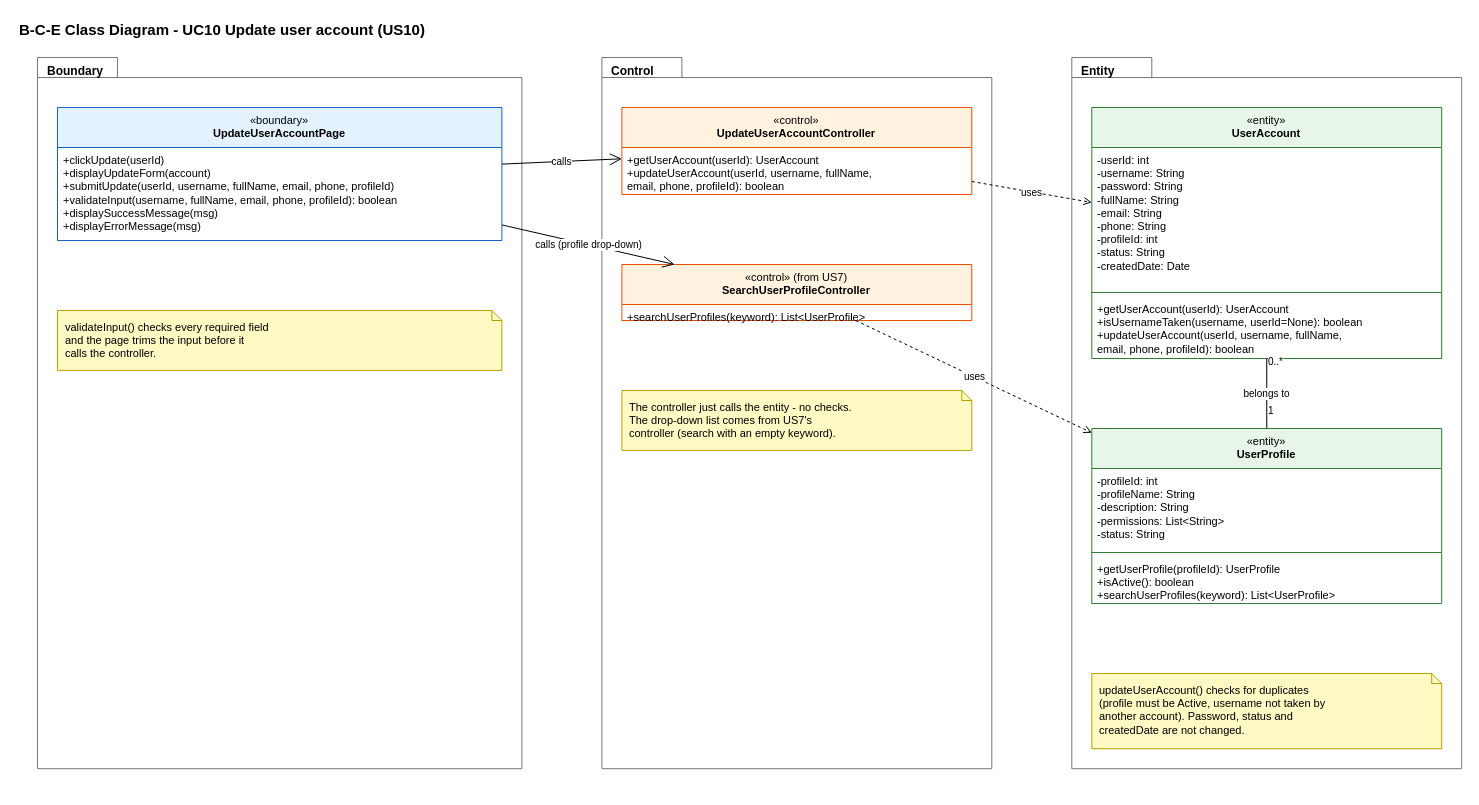
Before: page "5 BCE Class Diagram" (5 of 6) of Sprint_1/US10 - Update User Account/US10 Update user account.drawio in Hanzxc/CSIT314-ARCHSS, a draw.io diagram. Source tidied: cells renumbered, new cells numbered last; positions are measured from the earlier drawing's top-left corner, leaving out a move shared by most shapes. Both pictures are drawn from the tidied source at 100%, with x=0, y=0 at pixel (17, 17).
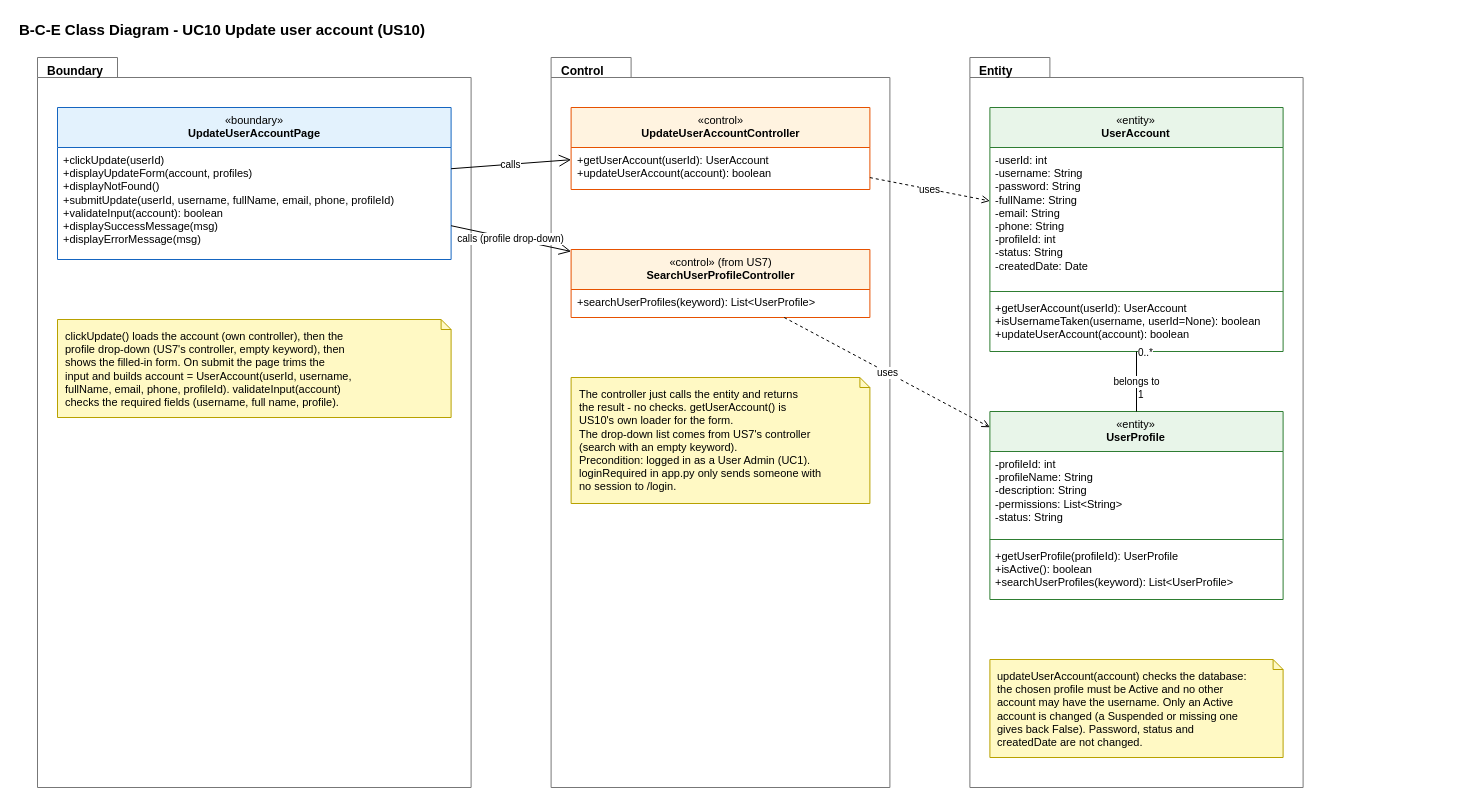
Above is the later version.

What changed in the source:
```diff
@@
+    <mxCell id="30" value="&lt;b&gt;B-C-E Class Diagram - UC10 Update user account (US10)&lt;/b&gt;" style="text;html=1;strokeColor=none;fillColor=none;align=left;verticalAlign=middle;whiteSpace=nowrap;fontSize=15;fontColor=#000000;" parent="1" vertex="1">
+      <mxGeometry width="404.5" height="24" as="geometry" />
+    </mxCell>
+    <mxCell id="31" value="&lt;b&gt;Boundary&lt;/b&gt;" style="shape=folder;tabWidth=80;tabHeight=20;tabPosition=left;html=1;verticalAlign=top;align=left;spacingLeft=8;spacingTop=0;fillColor=none;fontSize=12;strokeColor=#777777;fontColor=#000000;" parent="1" vertex="1">
+      <mxGeometry x="20" y="40" width="433.6" height="730" as="geometry" />
+    </mxCell>
+    <mxCell id="32" value="&lt;b&gt;Control&lt;/b&gt;" style="shape=folder;tabWidth=80;tabHeight=20;tabPosition=left;html=1;verticalAlign=top;align=left;spacingLeft=8;spacingTop=0;fillColor=none;fontSize=12;strokeColor=#777777;fontColor=#000000;" parent="1" vertex="1">
+      <mxGeometry x="533.6" y="40" width="338.8" height="730" as="geometry" />
+    </mxCell>
+    <mxCell id="33" value="&lt;b&gt;Entity&lt;/b&gt;" style="shape=folder;tabWidth=80;tabHeight=20;tabPosition=left;html=1;verticalAlign=top;align=left;spacingLeft=8;spacingTop=0;fillColor=none;fontSize=12;strokeColor=#777777;fontColor=#000000;" parent="1" vertex="1">
+      <mxGeometry x="952.4" y="40" width="333.2" height="730" as="geometry" />
+    </mxCell>
-    <mxCell id="2" value="&lt;b&gt;B-C-E Class Diagram - UC10 Update user account (US10)&lt;/b&gt;" style="text;html=1;strokeColor=none;fillColor=none;align=left;verticalAlign=middle;whiteSpace=nowrap;fontSize=15;fontColor=#000000;" parent="1" vertex="1">
-      <mxGeometry width="504.2" height="24" as="geometry" />
+    <mxCell id="2" value="«boundary»&lt;br&gt;&lt;b&gt;UpdateUserAccountPage&lt;/b&gt;" style="swimlane;fontStyle=0;align=center;verticalAlign=top;horizontal=1;startSize=40;html=1;whiteSpace=wrap;fontSize=11;fillColor=#E3F2FD;strokeColor=#1565C0;swimlaneFillColor=#FFFFFF;fontColor=#000000;" parent="1" vertex="1">
+      <mxGeometry x="40" y="90" width="393.6" height="152" as="geometry" />
     </mxCell>
-    <mxCell id="3" value="&lt;b&gt;Boundary&lt;/b&gt;" style="shape=folder;tabWidth=80;tabHeight=20;tabPosition=left;html=1;verticalAlign=top;align=left;spacingLeft=8;spacingTop=0;fillColor=none;fontSize=12;strokeColor=#777777;fontColor=#000000;" parent="1" vertex="1">
-      <mxGeometry x="20" y="40" width="484.4" height="711.2" as="geometry" />
+    <mxCell id="3" value="+clickUpdate(userId)&lt;br&gt;+displayUpdateForm(account, profiles)&lt;br&gt;+displayNotFound()&lt;br&gt;+submitUpdate(userId, username, fullName, email, phone, profileId)&lt;br&gt;+validateInput(account): boolean&lt;br&gt;+displaySuccessMessage(msg)&lt;br&gt;+displayErrorMessage(msg)" style="text;strokeColor=none;fillColor=none;align=left;verticalAlign=top;spacingLeft=4;spacingRight=4;overflow=hidden;whiteSpace=nowrap;html=1;fontSize=11;fontColor=#000000;" parent="2" vertex="1">
+      <mxGeometry y="40" width="393.6" height="112" as="geometry" />
     </mxCell>
-    <mxCell id="4" value="«boundary»&lt;br&gt;&lt;b&gt;UpdateUserAccountPage&lt;/b&gt;" style="swimlane;fontStyle=0;align=center;verticalAlign=top;horizontal=1;startSize=40;html=1;whiteSpace=wrap;fontSize=11;fillColor=#E3F2FD;strokeColor=#1565C0;swimlaneFillColor=#FFFFFF;fontColor=#000000;" parent="1" vertex="1">
-      <mxGeometry x="40" y="90" width="444.4" height="133" as="geometry" />
+    <mxCell id="4" value="clickUpdate() loads the account (own controller), then the&lt;br&gt;profile drop-down (US7's controller, empty keyword), then&lt;br&gt;shows the filled-in form. On submit the page trims the&lt;br&gt;input and builds account = UserAccount(userId, username,&lt;br&gt;fullName, email, phone, profileId). validateInput(account)&lt;br&gt;checks the required fields (username, full name, profile)." style="shape=note;whiteSpace=wrap;html=1;size=10;fillColor=#FFF9C4;strokeColor=#B8A100;align=left;verticalAlign=top;spacingLeft=6;spacingRight=4;spacingTop=4;fontSize=11;fontColor=#000000;" parent="1" vertex="1">
+      <mxGeometry x="40" y="302" width="393.6" height="98" as="geometry" />
     </mxCell>
-    <mxCell id="5" value="+clickUpdate(userId)&lt;br&gt;+displayUpdateForm(account)&lt;br&gt;+submitUpdate(userId, username, fullName, email, phone, profileId)&lt;br&gt;+validateInput(username, fullName, email, phone, profileId): boolean&lt;br&gt;+displaySuccessMessage(msg)&lt;br&gt;+displayErrorMessage(msg)" style="text;strokeColor=none;fillColor=none;align=left;verticalAlign=top;spacingLeft=4;spacingRight=4;overflow=hidden;points=[[0,0.5],[1,0.5]];portConstraint=eastwest;whiteSpace=nowrap;html=1;fontSize=11;fontColor=#000000;" parent="4" vertex="1">
-      <mxGeometry y="40" width="444.4" height="93" as="geometry" />
+    <mxCell id="5" value="«control»&lt;br&gt;&lt;b&gt;UpdateUserAccountController&lt;/b&gt;" style="swimlane;fontStyle=0;align=center;verticalAlign=top;horizontal=1;startSize=40;html=1;whiteSpace=wrap;fontSize=11;fillColor=#FFF3E0;strokeColor=#E65100;swimlaneFillColor=#FFFFFF;fontColor=#000000;" parent="1" vertex="1">
+      <mxGeometry x="553.6" y="90" width="298.8" height="82" as="geometry" />
     </mxCell>
-    <mxCell id="6" value="validateInput() checks every required field&lt;br&gt;and the page trims the input before it&lt;br&gt;calls the controller." style="shape=note;whiteSpace=wrap;html=1;size=10;fillColor=#FFF9C4;strokeColor=#B8A100;align=left;verticalAlign=top;spacingLeft=6;spacingRight=4;spacingTop=4;fontSize=11;fontColor=#000000;" parent="1" vertex="1">
-      <mxGeometry x="40" y="293" width="444.4" height="59.9" as="geometry" />
+    <mxCell id="6" value="+getUserAccount(userId): UserAccount&lt;br&gt;+updateUserAccount(account): boolean" style="text;strokeColor=none;fillColor=none;align=left;verticalAlign=top;spacingLeft=4;spacingRight=4;overflow=hidden;whiteSpace=nowrap;html=1;fontSize=11;fontColor=#000000;" parent="5" vertex="1">
+      <mxGeometry y="40" width="298.8" height="42" as="geometry" />
     </mxCell>
-    <mxCell id="7" value="&lt;b&gt;Control&lt;/b&gt;" style="shape=folder;tabWidth=80;tabHeight=20;tabPosition=left;html=1;verticalAlign=top;align=left;spacingLeft=8;spacingTop=0;fillColor=none;fontSize=12;strokeColor=#777777;fontColor=#000000;" parent="1" vertex="1">
-      <mxGeometry x="584.4" y="40" width="389.9" height="711.2" as="geometry" />
+    <mxCell id="7" value="«control» (from US7)&lt;br&gt;&lt;b&gt;SearchUserProfileController&lt;/b&gt;" style="swimlane;fontStyle=0;align=center;verticalAlign=top;horizontal=1;startSize=40;html=1;whiteSpace=wrap;fontSize=11;fillColor=#FFF3E0;strokeColor=#E65100;swimlaneFillColor=#FFFFFF;fontColor=#000000;" parent="1" vertex="1">
+      <mxGeometry x="553.6" y="232" width="298.8" height="68" as="geometry" />
     </mxCell>
-    <mxCell id="8" value="«control»&lt;br&gt;&lt;b&gt;UpdateUserAccountController&lt;/b&gt;" style="swimlane;fontStyle=0;align=center;verticalAlign=top;horizontal=1;startSize=40;html=1;whiteSpace=wrap;fontSize=11;fillColor=#FFF3E0;strokeColor=#E65100;swimlaneFillColor=#FFFFFF;fontColor=#000000;" parent="1" vertex="1">
-      <mxGeometry x="604.4" y="90" width="349.9" height="87" as="geometry" />
+    <mxCell id="8" value="+searchUserProfiles(keyword): List&amp;lt;UserProfile&amp;gt;" style="text;strokeColor=none;fillColor=none;align=left;verticalAlign=top;spacingLeft=4;spacingRight=4;overflow=hidden;points=[[0,0.5],[1,0.5]];portConstraint=eastwest;whiteSpace=nowrap;html=1;fontSize=11;fontColor=#000000;" parent="7" vertex="1">
+      <mxGeometry y="40" width="298.8" height="28" as="geometry" />
     </mxCell>
-    <mxCell id="9" value="+getUserAccount(userId): UserAccount&lt;br&gt;+updateUserAccount(userId, username, fullName,&lt;br&gt;        email, phone, profileId): boolean" style="text;strokeColor=none;fillColor=none;align=left;verticalAlign=top;spacingLeft=4;spacingRight=4;overflow=hidden;whiteSpace=nowrap;html=1;fontSize=11;fontColor=#000000;" parent="8" vertex="1">
-      <mxGeometry y="40" width="349.9" height="47" as="geometry" />
+    <mxCell id="9" value="The controller just calls the entity and returns&lt;br&gt;the result - no checks. getUserAccount() is&lt;br&gt;US10's own loader for the form.&lt;br&gt;The drop-down list comes from US7's controller&lt;br&gt;(search with an empty keyword).&lt;br&gt;Precondition: logged in as a User Admin (UC1).&lt;br&gt;loginRequired in app.py only sends someone with&lt;br&gt;no session to /login." style="shape=note;whiteSpace=wrap;html=1;size=10;fillColor=#FFF9C4;strokeColor=#B8A100;align=left;verticalAlign=top;spacingLeft=6;spacingRight=4;spacingTop=4;fontSize=11;fontColor=#000000;" parent="1" vertex="1">
+      <mxGeometry x="553.6" y="360" width="298.8" height="126" as="geometry" />
     </mxCell>
-    <mxCell id="10" value="«control» (from US7)&lt;br&gt;&lt;b&gt;SearchUserProfileController&lt;/b&gt;" style="swimlane;fontStyle=0;align=center;verticalAlign=top;horizontal=1;startSize=40;html=1;whiteSpace=wrap;fontSize=11;fillColor=#FFF3E0;strokeColor=#E65100;swimlaneFillColor=#FFFFFF;fontColor=#000000;" parent="1" vertex="1">
-      <mxGeometry x="604.4" y="247" width="349.9" height="56" as="geometry" />
+    <mxCell id="10" value="«entity»&lt;br&gt;&lt;b&gt;UserAccount&lt;/b&gt;" style="swimlane;fontStyle=0;align=center;verticalAlign=top;horizontal=1;startSize=40;html=1;whiteSpace=wrap;fontSize=11;fillColor=#E8F5E9;strokeColor=#2E7D32;swimlaneFillColor=#FFFFFF;fontColor=#000000;" parent="1" vertex="1">
+      <mxGeometry x="972.4" y="90" width="293.2" height="244" as="geometry" />
     </mxCell>
-    <mxCell id="11" value="+searchUserProfiles(keyword): List&amp;lt;UserProfile&amp;gt;" style="text;strokeColor=none;fillColor=none;align=left;verticalAlign=top;spacingLeft=4;spacingRight=4;overflow=hidden;whiteSpace=nowrap;html=1;fontSize=11;fontColor=#000000;" parent="10" vertex="1">
-      <mxGeometry y="40" width="349.9" height="16" as="geometry" />
+    <mxCell id="11" value="-userId: int&lt;br&gt;-username: String&lt;br&gt;-password: String&lt;br&gt;-fullName: String&lt;br&gt;-email: String&lt;br&gt;-phone: String&lt;br&gt;-profileId: int&lt;br&gt;-status: String&lt;br&gt;-createdDate: Date" style="text;strokeColor=none;fillColor=none;align=left;verticalAlign=top;spacingLeft=4;spacingRight=4;overflow=hidden;whiteSpace=nowrap;html=1;fontSize=11;fontColor=#000000;" parent="10" vertex="1">
+      <mxGeometry y="40" width="293.2" height="140" as="geometry" />
     </mxCell>
-    <mxCell id="12" value="The controller just calls the entity - no checks.&lt;br&gt;The drop-down list comes from US7's&lt;br&gt;controller (search with an empty keyword)." style="shape=note;whiteSpace=wrap;html=1;size=10;fillColor=#FFF9C4;strokeColor=#B8A100;align=left;verticalAlign=top;spacingLeft=6;spacingRight=4;spacingTop=4;fontSize=11;fontColor=#000000;" parent="1" vertex="1">
-      <mxGeometry x="604.4" y="373" width="349.9" height="59.9" as="geometry" />
+    <mxCell id="12" style="line;strokeWidth=1;fillColor=none;align=left;verticalAlign=middle;spacingTop=-1;spacingLeft=3;spacingRight=3;labelPosition=right;strokeColor=#2E7D32;fontColor=#000000;" parent="10" vertex="1">
+      <mxGeometry y="180" width="293.2" height="8" as="geometry" />
     </mxCell>
-    <mxCell id="13" value="&lt;b&gt;Entity&lt;/b&gt;" style="shape=folder;tabWidth=80;tabHeight=20;tabPosition=left;html=1;verticalAlign=top;align=left;spacingLeft=8;spacingTop=0;fillColor=none;fontSize=12;strokeColor=#777777;fontColor=#000000;" parent="1" vertex="1">
-      <mxGeometry x="1054.3" y="40" width="389.9" height="711.2" as="geometry" />
+    <mxCell id="13" value="+getUserAccount(userId): UserAccount&lt;br&gt;+isUsernameTaken(username, userId=None): boolean&lt;br&gt;+updateUserAccount(account): boolean" style="text;strokeColor=none;fillColor=none;align=left;verticalAlign=top;spacingLeft=4;spacingRight=4;overflow=hidden;whiteSpace=nowrap;html=1;fontSize=11;fontColor=#000000;" parent="10" vertex="1">
+      <mxGeometry y="188" width="293.2" height="56" as="geometry" />
     </mxCell>
-    <mxCell id="14" value="«entity»&lt;br&gt;&lt;b&gt;UserAccount&lt;/b&gt;" style="swimlane;fontStyle=0;align=center;verticalAlign=top;horizontal=1;startSize=40;html=1;whiteSpace=wrap;fontSize=11;fillColor=#E8F5E9;strokeColor=#2E7D32;swimlaneFillColor=#FFFFFF;fontColor=#000000;" parent="1" vertex="1">
-      <mxGeometry x="1074.3" y="90" width="349.9" height="251" as="geometry" />
+    <mxCell id="14" value="«entity»&lt;br&gt;&lt;b&gt;UserProfile&lt;/b&gt;" style="swimlane;fontStyle=0;align=center;verticalAlign=top;horizontal=1;startSize=40;html=1;whiteSpace=wrap;fontSize=11;fillColor=#E8F5E9;strokeColor=#2E7D32;swimlaneFillColor=#FFFFFF;fontColor=#000000;" parent="1" vertex="1">
+      <mxGeometry x="972.4" y="394" width="293.2" height="188" as="geometry" />
     </mxCell>
-    <mxCell id="15" value="-userId: int&lt;br&gt;-username: String&lt;br&gt;-password: String&lt;br&gt;-fullName: String&lt;br&gt;-email: String&lt;br&gt;-phone: String&lt;br&gt;-profileId: int&lt;br&gt;-status: String&lt;br&gt;-createdDate: Date" style="text;strokeColor=none;fillColor=none;align=left;verticalAlign=top;spacingLeft=4;spacingRight=4;overflow=hidden;whiteSpace=nowrap;html=1;fontSize=11;fontColor=#000000;" parent="14" vertex="1">
-      <mxGeometry y="40" width="349.9" height="141" as="geometry" />
+    <mxCell id="15" value="-profileId: int&lt;br&gt;-profileName: String&lt;br&gt;-description: String&lt;br&gt;-permissions: List&amp;lt;String&amp;gt;&lt;br&gt;-status: String" style="text;strokeColor=none;fillColor=none;align=left;verticalAlign=top;spacingLeft=4;spacingRight=4;overflow=hidden;whiteSpace=nowrap;html=1;fontSize=11;fontColor=#000000;" parent="14" vertex="1">
+      <mxGeometry y="40" width="293.2" height="84" as="geometry" />
     </mxCell>
     <mxCell id="16" style="line;strokeWidth=1;fillColor=none;align=left;verticalAlign=middle;spacingTop=-1;spacingLeft=3;spacingRight=3;labelPosition=right;strokeColor=#2E7D32;fontColor=#000000;" parent="14" vertex="1">
-      <mxGeometry y="181" width="349.9" height="8" as="geometry" />
+      <mxGeometry y="124" width="293.2" height="8" as="geometry" />
     </mxCell>
-    <mxCell id="17" value="+getUserAccount(userId): UserAccount&lt;br&gt;+isUsernameTaken(username, userId=None): boolean&lt;br&gt;+updateUserAccount(userId, username, fullName,&lt;br&gt;        email, phone, profileId): boolean" style="text;strokeColor=none;fillColor=none;align=left;verticalAlign=top;spacingLeft=4;spacingRight=4;overflow=hidden;whiteSpace=nowrap;html=1;fontSize=11;fontColor=#000000;" parent="14" vertex="1">
-      <mxGeometry y="189" width="349.9" height="62" as="geometry" />
+    <mxCell id="17" value="+getUserProfile(profileId): UserProfile&lt;br&gt;+isActive(): boolean&lt;br&gt;+searchUserProfiles(keyword): List&amp;lt;UserProfile&amp;gt;" style="text;strokeColor=none;fillColor=none;align=left;verticalAlign=top;spacingLeft=4;spacingRight=4;overflow=hidden;whiteSpace=nowrap;html=1;fontSize=11;fontColor=#000000;" parent="14" vertex="1">
+      <mxGeometry y="132" width="293.2" height="56" as="geometry" />
     </mxCell>
-    <mxCell id="18" value="«entity»&lt;br&gt;&lt;b&gt;UserProfile&lt;/b&gt;" style="swimlane;fontStyle=0;align=center;verticalAlign=top;horizontal=1;startSize=40;html=1;whiteSpace=wrap;fontSize=11;fillColor=#E8F5E9;strokeColor=#2E7D32;swimlaneFillColor=#FFFFFF;fontColor=#000000;" parent="1" vertex="1">
-      <mxGeometry x="1074.3" y="411" width="349.9" height="175" as="geometry" />
+    <mxCell id="18" value="updateUserAccount(account) checks the database:&lt;br&gt;the chosen profile must be Active and no other&lt;br&gt;account may have the username. Only an Active&lt;br&gt;account is changed (a Suspended or missing one&lt;br&gt;gives back False). Password, status and&lt;br&gt;createdDate are not changed." style="shape=note;whiteSpace=wrap;html=1;size=10;fillColor=#FFF9C4;strokeColor=#B8A100;align=left;verticalAlign=top;spacingLeft=6;spacingRight=4;spacingTop=4;fontSize=11;fontColor=#000000;" parent="1" vertex="1">
+      <mxGeometry x="972.4" y="642" width="293.2" height="98" as="geometry" />
     </mxCell>
-    <mxCell id="19" value="-profileId: int&lt;br&gt;-profileName: String&lt;br&gt;-description: String&lt;br&gt;-permissions: List&amp;lt;String&amp;gt;&lt;br&gt;-status: String" style="text;strokeColor=none;fillColor=none;align=left;verticalAlign=top;spacingLeft=4;spacingRight=4;overflow=hidden;whiteSpace=nowrap;html=1;fontSize=11;fontColor=#000000;" parent="18" vertex="1">
-      <mxGeometry y="40" width="349.9" height="80" as="geometry" />
+    <mxCell id="19" value="calls" style="endArrow=open;endFill=0;endSize=10;html=1;rounded=0;fontSize=10;fontColor=#000000;strokeColor=#000000;labelBackgroundColor=#FFFFFF;" parent="1" edge="1" source="2" target="5">
+      <mxGeometry relative="1" as="geometry" />
     </mxCell>
-    <mxCell id="20" style="line;strokeWidth=1;fillColor=none;align=left;verticalAlign=middle;spacingTop=-1;spacingLeft=3;spacingRight=3;labelPosition=right;strokeColor=#2E7D32;fontColor=#000000;" parent="18" vertex="1">
-      <mxGeometry y="120" width="349.9" height="8" as="geometry" />
+    <mxCell id="20" value="calls (profile drop-down)" style="endArrow=open;endFill=0;endSize=10;html=1;rounded=0;fontSize=10;fontColor=#000000;strokeColor=#000000;labelBackgroundColor=#FFFFFF;" parent="1" edge="1" source="2" target="7">
+      <mxGeometry relative="1" as="geometry" />
     </mxCell>
-    <mxCell id="21" value="+getUserProfile(profileId): UserProfile&lt;br&gt;+isActive(): boolean&lt;br&gt;+searchUserProfiles(keyword): List&amp;lt;UserProfile&amp;gt;" style="text;strokeColor=none;fillColor=none;align=left;verticalAlign=top;spacingLeft=4;spacingRight=4;overflow=hidden;whiteSpace=nowrap;html=1;fontSize=11;fontColor=#000000;" parent="18" vertex="1">
-      <mxGeometry y="128" width="349.9" height="47" as="geometry" />
+    <mxCell id="21" value="uses" style="endArrow=open;endFill=0;dashed=1;html=1;rounded=0;fontSize=10;fontColor=#000000;strokeColor=#000000;labelBackgroundColor=#FFFFFF;" parent="1" edge="1" source="5" target="10">
+      <mxGeometry relative="1" as="geometry" />
     </mxCell>
-    <mxCell id="22" value="updateUserAccount() checks for duplicates&lt;br&gt;(profile must be Active, username not taken by&lt;br&gt;another account). Password, status and&lt;br&gt;createdDate are not changed." style="shape=note;whiteSpace=wrap;html=1;size=10;fillColor=#FFF9C4;strokeColor=#B8A100;align=left;verticalAlign=top;spacingLeft=6;spacingRight=4;spacingTop=4;fontSize=11;fontColor=#000000;" parent="1" vertex="1">
-      <mxGeometry x="1074.3" y="656" width="349.9" height="75.2" as="geometry" />
+    <mxCell id="22" value="uses" style="endArrow=open;endFill=0;dashed=1;html=1;rounded=0;fontSize=10;fontColor=#000000;strokeColor=#000000;labelBackgroundColor=#FFFFFF;" parent="1" edge="1" source="7" target="14">
+      <mxGeometry relative="1" as="geometry" />
     </mxCell>
-    <mxCell id="23" value="calls" style="endArrow=open;endFill=0;endSize=10;html=1;rounded=0;fontSize=10;fontColor=#000000;strokeColor=#000000;labelBackgroundColor=#FFFFFF;" parent="1" edge="1" source="4" target="8">
+    <mxCell id="23" value="belongs to" style="endArrow=none;html=1;rounded=0;fontSize=10;fontColor=#000000;strokeColor=#000000;labelBackgroundColor=#FFFFFF;" parent="1" edge="1" source="10" target="14">
       <mxGeometry relative="1" as="geometry" />
     </mxCell>
-    <mxCell id="24" value="calls (profile drop-down)" style="endArrow=open;endFill=0;endSize=10;html=1;rounded=0;fontSize=10;fontColor=#000000;strokeColor=#000000;labelBackgroundColor=#FFFFFF;" parent="1" edge="1" source="4" target="10">
-      <mxGeometry relative="1" as="geometry" />
+    <mxCell id="24" value="0..*" style="edgeLabel;html=1;align=left;verticalAlign=bottom;fontSize=10;fontColor=#000000;labelBackgroundColor=#FFFFFF;" parent="23" vertex="1">
+      <mxGeometry x="-0.7" relative="1" as="geometry" />
     </mxCell>
-    <mxCell id="25" value="uses" style="endArrow=open;endFill=0;dashed=1;html=1;rounded=0;fontSize=10;fontColor=#000000;strokeColor=#000000;labelBackgroundColor=#FFFFFF;" parent="1" edge="1" source="8" target="14">
-      <mxGeometry relative="1" as="geometry" />
+    <mxCell id="25" value="1" style="edgeLabel;html=1;align=left;verticalAlign=bottom;fontSize=10;fontColor=#000000;labelBackgroundColor=#FFFFFF;" parent="23" vertex="1">
+      <mxGeometry x="0.7" relative="1" as="geometry" />
     </mxCell>
-    <mxCell id="26" value="uses" style="endArrow=open;endFill=0;dashed=1;html=1;rounded=0;fontSize=10;fontColor=#000000;strokeColor=#000000;labelBackgroundColor=#FFFFFF;" parent="1" edge="1" source="10" target="18">
-      <mxGeometry relative="1" as="geometry" />
-    </mxCell>
-    <mxCell id="27" value="belongs to" style="endArrow=none;html=1;rounded=0;fontSize=10;fontColor=#000000;strokeColor=#000000;labelBackgroundColor=#FFFFFF;" parent="1" edge="1" source="14" target="18">
-      <mxGeometry relative="1" as="geometry" />
-    </mxCell>
-    <mxCell id="28" value="0..*" style="edgeLabel;html=1;align=left;verticalAlign=bottom;fontSize=10;fontColor=#000000;labelBackgroundColor=#FFFFFF;" parent="27" vertex="1">
-      <mxGeometry x="-0.7" relative="1" as="geometry" />
-    </mxCell>
-    <mxCell id="29" value="1" style="edgeLabel;html=1;align=left;verticalAlign=bottom;fontSize=10;fontColor=#000000;labelBackgroundColor=#FFFFFF;" parent="27" vertex="1">
-      <mxGeometry x="0.7" relative="1" as="geometry" />
-    </mxCell>
```
